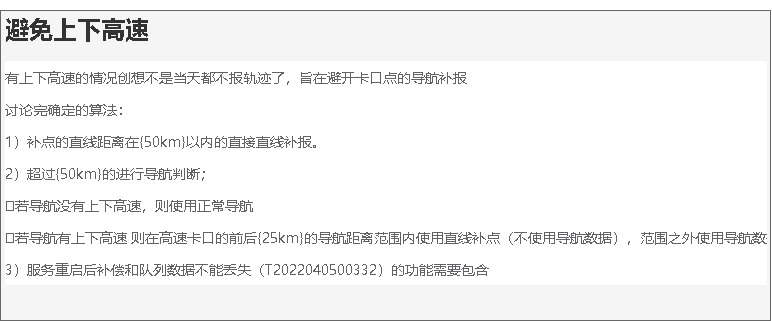
This is 809跨度2.drawio.png from xktder/draw, a draw.io export, as it was before one commit. Source tidied: cells renumbered, new cells last; positions are measured from the earlier drawing's top-left corner, leaving out a move shared by most shapes. Its diagram source:
```xml
<mxGraphModel>
  <root>
    <mxCell id="0" />
    <mxCell id="1" parent="0" />
    <mxCell id="2" value="&lt;h1&gt;避免上下高速&lt;/h1&gt;&lt;pre style=&quot;margin-top: 0px; margin-bottom: 0px; padding: 0px; font-size: 14px; word-break: break-all; vertical-align: baseline; border: 0px; width: 762px; font-family: &amp;quot;Helvetica Neue&amp;quot;; line-height: 32px; background: rgb(255, 255, 255); color: rgb(96, 98, 102);&quot; class=&quot;input-text-area-pre&quot; data-v-c69a2bf2=&quot;&quot;&gt;有上下高速的情况创想不是当天都不报轨迹了，旨在避开卡口点的导航补报&lt;br&gt;讨论完确定的算法：&lt;br&gt;1）补点的直线距离在{50km}以内的直接直线补报。&lt;br&gt;2）超过{50km}的进行导航判断； &lt;br&gt;若导航没有上下高速，则使用正常导航&lt;br&gt;若导航有上下高速 则在高速卡口的前后{25km}的导航距离范围内使用直线补点（不使用导航数据），范围之外使用导航数据。 &lt;br&gt;3）服务重启后补偿和队列数据不能丢失（T2022040500332）的功能需要包含 &lt;/pre&gt;" style="text;html=1;strokeColor=#666666;fillColor=#f5f5f5;spacing=5;spacingTop=-20;whiteSpace=wrap;overflow=hidden;rounded=0;fontColor=#333333;" parent="1" vertex="1">
      <mxGeometry width="770" height="310" as="geometry" />
    </mxCell>
  </root>
</mxGraphModel>
```
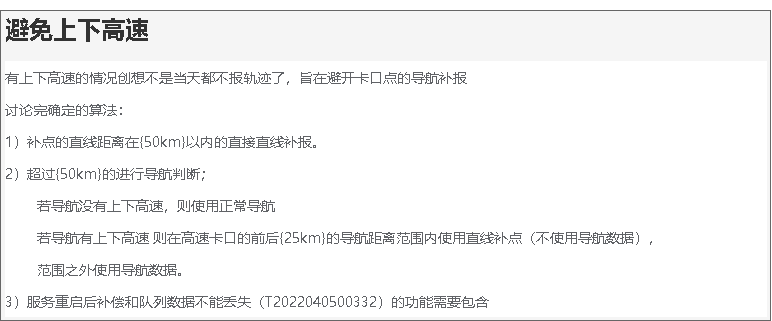
After the commit.

The edit, as a diff of the source:
```diff
@@ -2,7 +2,7 @@
   <root>
     <mxCell id="0" />
     <mxCell id="1" parent="0" />
-    <mxCell id="2" value="&lt;h1&gt;避免上下高速&lt;/h1&gt;&lt;pre style=&quot;margin-top: 0px; margin-bottom: 0px; padding: 0px; font-size: 14px; word-break: break-all; vertical-align: baseline; border: 0px; width: 762px; font-family: &amp;quot;Helvetica Neue&amp;quot;; line-height: 32px; background: rgb(255, 255, 255); color: rgb(96, 98, 102);&quot; class=&quot;input-text-area-pre&quot; data-v-c69a2bf2=&quot;&quot;&gt;有上下高速的情况创想不是当天都不报轨迹了，旨在避开卡口点的导航补报&lt;br&gt;讨论完确定的算法：&lt;br&gt;1）补点的直线距离在{50km}以内的直接直线补报。&lt;br&gt;2）超过{50km}的进行导航判断； &lt;br&gt;若导航没有上下高速，则使用正常导航&lt;br&gt;若导航有上下高速 则在高速卡口的前后{25km}的导航距离范围内使用直线补点（不使用导航数据），范围之外使用导航数据。 &lt;br&gt;3）服务重启后补偿和队列数据不能丢失（T2022040500332）的功能需要包含 &lt;/pre&gt;" style="text;html=1;strokeColor=#666666;fillColor=#f5f5f5;spacing=5;spacingTop=-20;whiteSpace=wrap;overflow=hidden;rounded=0;fontColor=#333333;" parent="1" vertex="1">
+    <mxCell id="2" value="&lt;h1&gt;避免上下高速&lt;/h1&gt;&lt;pre style=&quot;margin-top: 0px; margin-bottom: 0px; padding: 0px; font-size: 14px; word-break: break-all; vertical-align: baseline; border: 0px; width: 762px; font-family: &amp;quot;Helvetica Neue&amp;quot;; line-height: 32px; background: rgb(255, 255, 255); color: rgb(96, 98, 102);&quot; class=&quot;input-text-area-pre&quot; data-v-c69a2bf2=&quot;&quot;&gt;有上下高速的情况创想不是当天都不报轨迹了，旨在避开卡口点的导航补报&lt;br&gt;讨论完确定的算法：&lt;br&gt;1）补点的直线距离在{50km}以内的直接直线补报。&lt;br&gt;2）超过{50km}的进行导航判断； &lt;br&gt;&lt;span style=&quot;white-space: pre;&quot;&gt;&#9;&lt;/span&gt;若导航没有上下高速，则使用正常导航&lt;br&gt;&lt;span style=&quot;white-space: pre;&quot;&gt;&#9;&lt;/span&gt;若导航有上下高速 则在高速卡口的前后{25km}的导航距离范围内使用直线补点（不使用导航数据），&lt;/pre&gt;&lt;pre style=&quot;margin-top: 0px; margin-bottom: 0px; padding: 0px; font-size: 14px; word-break: break-all; vertical-align: baseline; border: 0px; width: 762px; font-family: &amp;quot;Helvetica Neue&amp;quot;; line-height: 32px; background: rgb(255, 255, 255); color: rgb(96, 98, 102);&quot; class=&quot;input-text-area-pre&quot; data-v-c69a2bf2=&quot;&quot;&gt;&lt;span style=&quot;white-space: pre;&quot;&gt;&#9;&lt;/span&gt;范围之外使用导航数据。 &lt;br&gt;3）服务重启后补偿和队列数据不能丢失（T2022040500332）的功能需要包含 &lt;/pre&gt;" style="text;html=1;strokeColor=#666666;fillColor=#f5f5f5;spacing=5;spacingTop=-20;whiteSpace=wrap;overflow=hidden;rounded=0;fontColor=#333333;" parent="1" vertex="1">
       <mxGeometry width="770" height="310" as="geometry" />
     </mxCell>
   </root>
```
